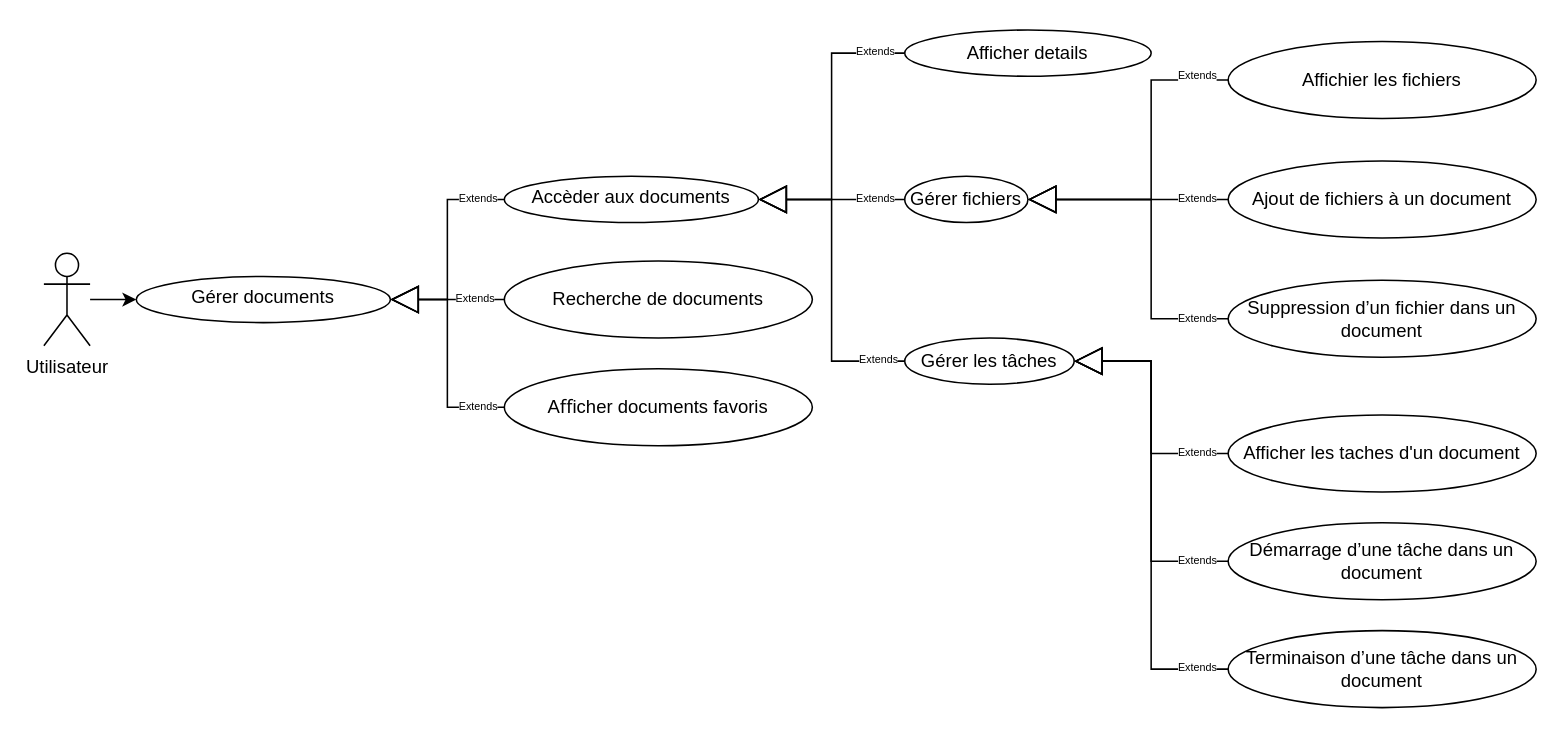
Before: UseCaseSprint3.drawio in PFE-Neoledge-2023/rapport, a draw.io diagram. Source tidied: cells renumbered, new cells numbered last; positions are measured from the earlier drawing's top-left corner, leaving out a move shared by most shapes. Both pictures are drawn from the tidied source at 154%, with x=0, y=0 at pixel (43, 29).
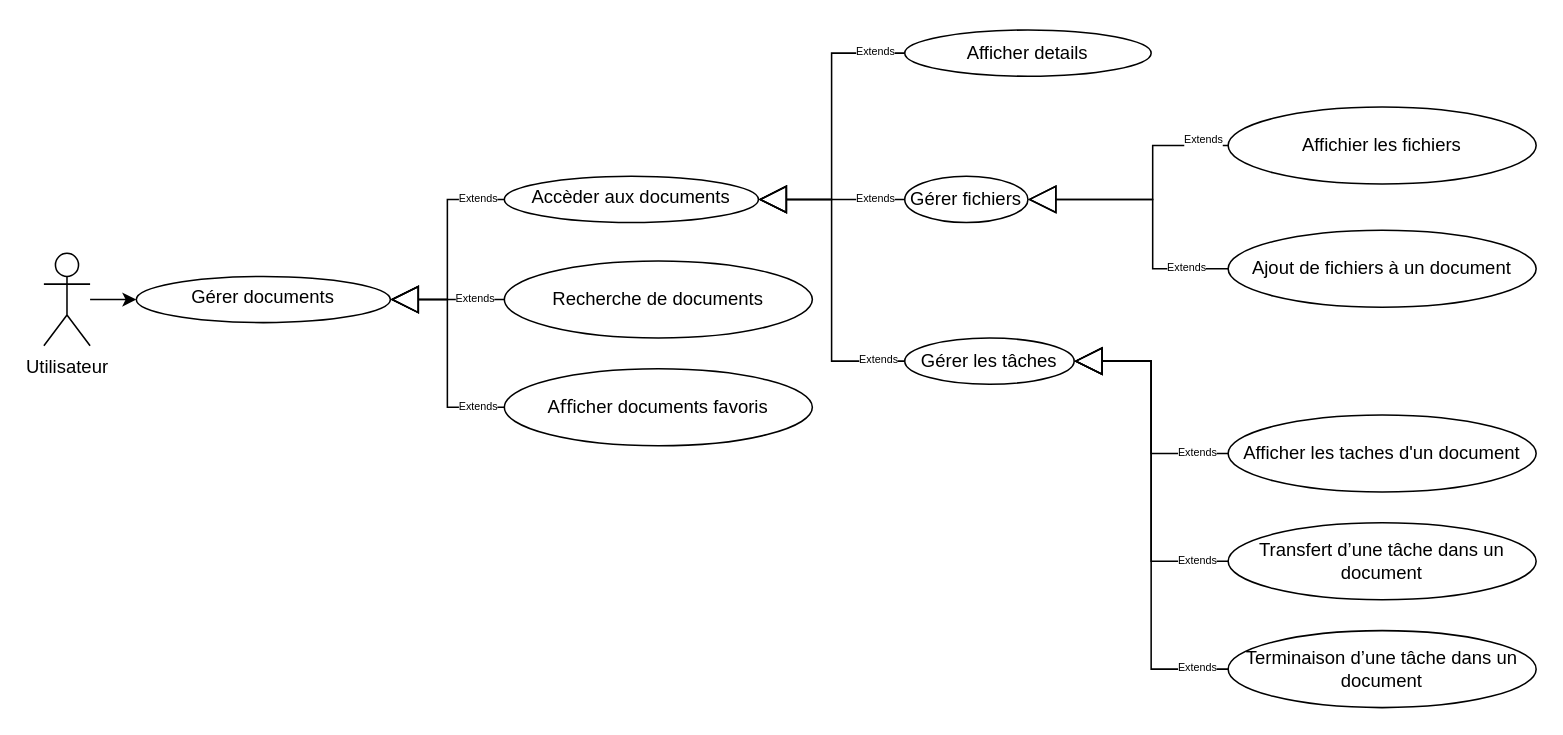
After the change.

Unchanged cells that the change refers to:
```xml
<mxCell id="15" value="Gérer fichiers" style="ellipse;whiteSpace=wrap;html=1;" parent="1" vertex="1">
  <mxGeometry x="559" y="95" width="80" height="30" as="geometry" />
</mxCell>
<mxCell id="16" value="Gérer les tâches" style="ellipse;whiteSpace=wrap;html=1;" parent="1" vertex="1">
  <mxGeometry x="559" y="200" width="110" height="30" as="geometry" />
</mxCell>
```

What changed in the source:
```diff
@@
     <mxCell id="7" value="Extends" style="endArrow=block;endSize=16;endFill=0;html=1;rounded=0;exitX=0;exitY=0.5;exitDx=0;exitDy=0;entryX=1;entryY=0.5;entryDx=0;entryDy=0;strokeColor=default;edgeStyle=orthogonalEdgeStyle;fontSize=7;" parent="1" edge="1" source="8" target="15">
-      <mxGeometry x="-0.69" relative="1" as="geometry" />
+      <mxGeometry x="-0.69" relative="1" as="geometry">
+        <Array as="points">
+          <mxPoint x="720" y="155" />
+          <mxPoint x="720" y="110" />
+        </Array>
+      </mxGeometry>
     </mxCell>
     <mxCell id="8" value="&lt;div&gt;Ajout de fichiers&amp;nbsp;&lt;span style=&quot;background-color: initial;&quot;&gt;à un document&lt;/span&gt;&lt;/div&gt;" style="ellipse;whiteSpace=wrap;html=1;" parent="1" vertex="1">
-      <mxGeometry x="769" y="85" width="200" height="50" as="geometry" />
+      <mxGeometry x="769" y="130" width="200" height="50" as="geometry" />
     </mxCell>
-    <mxCell id="9" value="&lt;div&gt;Suppression&amp;nbsp;&lt;span style=&quot;background-color: initial;&quot;&gt;d’un fichier dans&amp;nbsp;&lt;/span&gt;&lt;span style=&quot;background-color: initial;&quot;&gt;un document&lt;/span&gt;&lt;/div&gt;" style="ellipse;whiteSpace=wrap;html=1;" parent="1" vertex="1">
-      <mxGeometry x="769" y="162.5" width="200" height="50" as="geometry" />
-    </mxCell>
-    <mxCell id="10" value="Extends" style="endArrow=block;endSize=16;endFill=0;html=1;rounded=0;exitX=0;exitY=0.5;exitDx=0;exitDy=0;entryX=1;entryY=0.5;entryDx=0;entryDy=0;strokeColor=default;edgeStyle=orthogonalEdgeStyle;fontSize=7;" parent="1" edge="1" source="9" target="15">
-      <mxGeometry x="-0.81" relative="1" as="geometry">
-        <Array as="points">
-          <mxPoint x="719" y="188" />
-          <mxPoint x="719" y="110" />
-        </Array>
-      </mxGeometry>
-    </mxCell>
@@
-    <mxCell id="14" value="Démarrage&amp;nbsp;d’une tâche dans&amp;nbsp;&lt;span style=&quot;border-color: var(--border-color); background-color: initial;&quot;&gt;un document&lt;/span&gt;" style="ellipse;whiteSpace=wrap;html=1;" parent="1" vertex="1">
-      <mxGeometry x="769" y="320" width="200" height="50" as="geometry" />
-    </mxCell>
+    <mxCell id="29" value="Transfert d’une tâche dans&amp;nbsp;&lt;span style=&quot;border-color: var(--border-color); background-color: initial;&quot;&gt;un document&lt;/span&gt;" style="ellipse;whiteSpace=wrap;html=1;" parent="1" vertex="1">
+      <mxGeometry x="769" y="320" width="200" height="50" as="geometry" />
+    </mxCell>
@@
-    <mxCell id="19" value="Extends" style="endArrow=block;endSize=16;endFill=0;html=1;rounded=0;exitX=0;exitY=0.5;exitDx=0;exitDy=0;entryX=1;entryY=0.5;entryDx=0;entryDy=0;strokeColor=default;edgeStyle=orthogonalEdgeStyle;fontSize=7;" parent="1" edge="1" source="14" target="16">
-      <mxGeometry x="-0.83" relative="1" as="geometry" />
-    </mxCell>
+    <mxCell id="30" value="Extends" style="endArrow=block;endSize=16;endFill=0;html=1;rounded=0;exitX=0;exitY=0.5;exitDx=0;exitDy=0;entryX=1;entryY=0.5;entryDx=0;entryDy=0;strokeColor=default;edgeStyle=orthogonalEdgeStyle;fontSize=7;" parent="1" edge="1" source="29" target="16">
+      <mxGeometry x="-0.83" relative="1" as="geometry" />
+    </mxCell>
@@
     <mxCell id="25" value="&lt;div&gt;Affichier les fichiers&lt;/div&gt;" style="ellipse;whiteSpace=wrap;html=1;" parent="1" vertex="1">
-      <mxGeometry x="769" y="7.5" width="200" height="50" as="geometry" />
+      <mxGeometry x="769" y="50" width="200" height="50" as="geometry" />
     </mxCell>
     <mxCell id="26" value="Extends" style="endArrow=block;endSize=16;endFill=0;html=1;rounded=0;exitX=0;exitY=0.5;exitDx=0;exitDy=0;entryX=1;entryY=0.5;entryDx=0;entryDy=0;strokeColor=default;edgeStyle=orthogonalEdgeStyle;fontSize=7;" parent="1" edge="1" source="25" target="15">
       <mxGeometry x="-0.81" y="-3" relative="1" as="geometry">
         <Array as="points">
-          <mxPoint x="719" y="33" />
-          <mxPoint x="719" y="110" />
+          <mxPoint x="720" y="75" />
+          <mxPoint x="720" y="110" />
         </Array>
       </mxGeometry>
     </mxCell>
```
